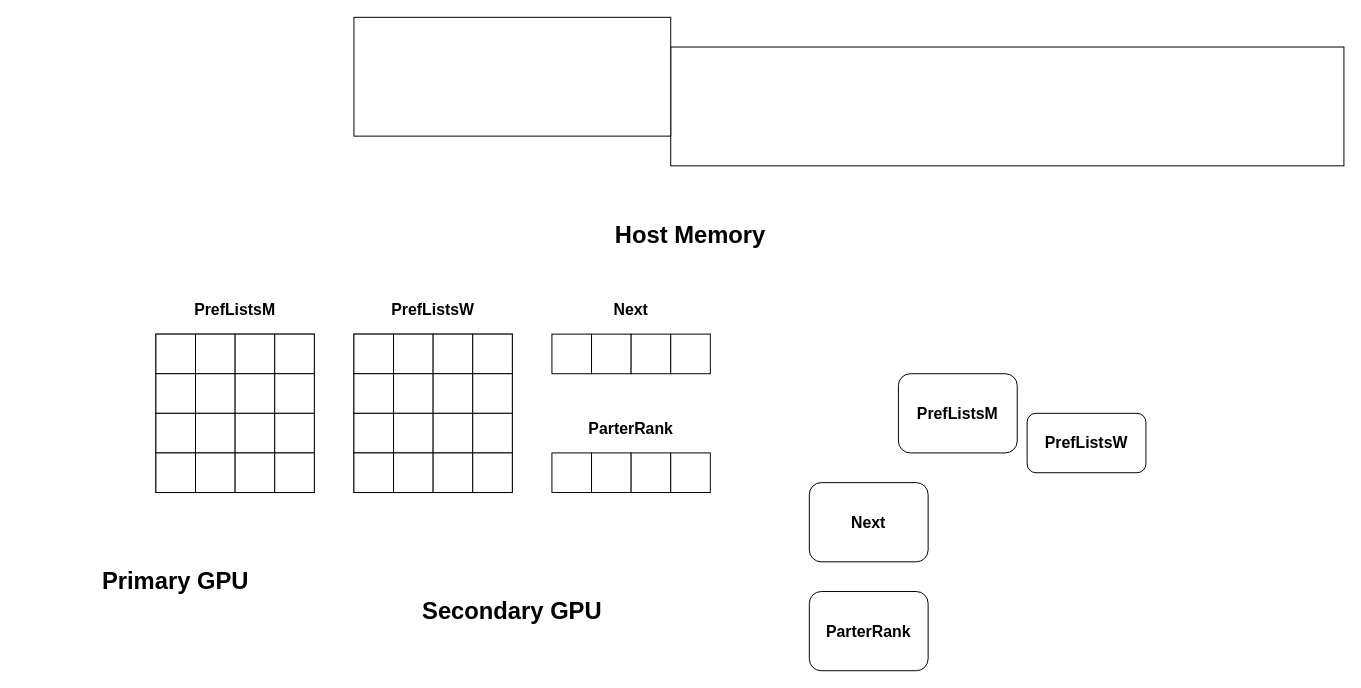
victorliu-sq/BambooSMP-Figures keeps this draw.io diagram as DSInHybridSystem.drawio. Above is the earlier version. Source tidied: cells renumbered, new cells numbered last; positions are measured from the earlier drawing's top-left corner, leaving out a move shared by most shapes. Both pictures are drawn from the tidied source at 99%, with x=0, y=0 at pixel (17, 17).
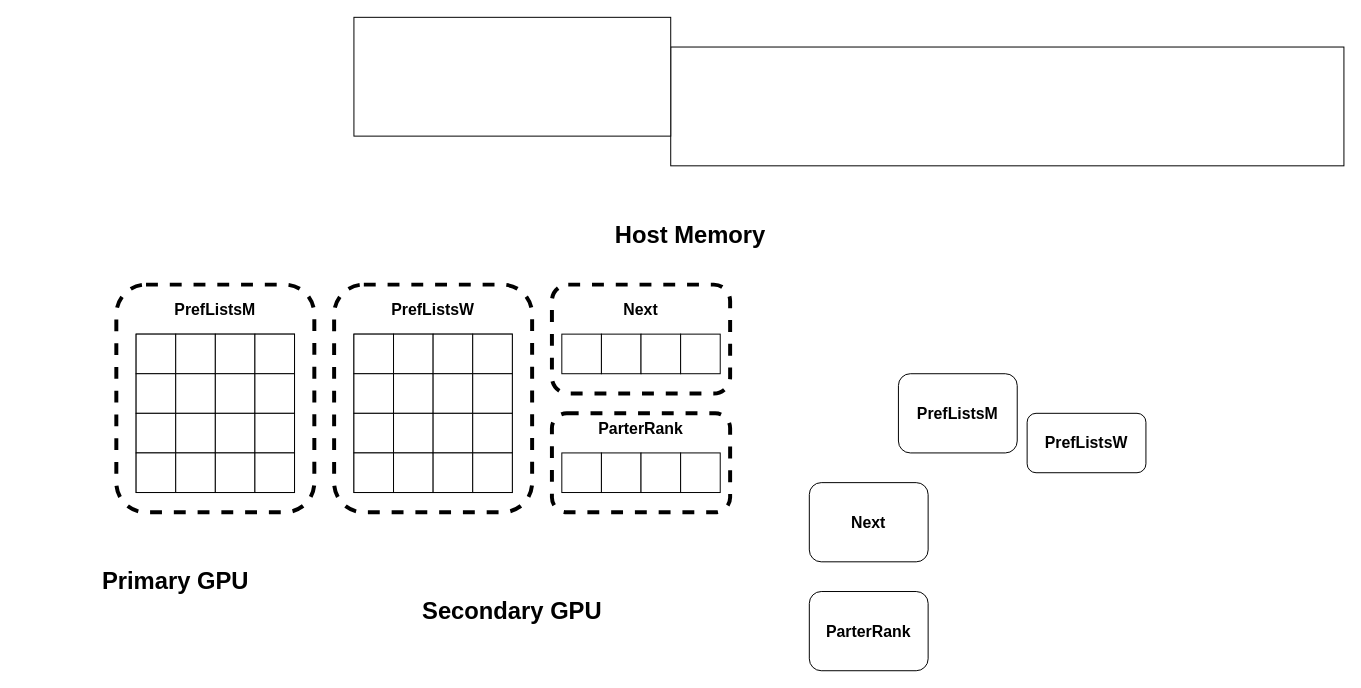
The same page after the edit.

Diff of the diagram source:
```diff
@@
+    <mxCell id="61" style="rounded=1;whiteSpace=wrap;html=1;fillColor=none;strokeWidth=4;dashed=1;" parent="1" vertex="1">
+      <mxGeometry x="100" y="270" width="200" height="230" as="geometry" />
+    </mxCell>
+    <mxCell id="62" style="rounded=1;whiteSpace=wrap;html=1;fillColor=none;strokeWidth=4;dashed=1;" parent="1" vertex="1">
+      <mxGeometry x="320" y="270" width="200" height="230" as="geometry" />
+    </mxCell>
+    <mxCell id="63" style="rounded=1;whiteSpace=wrap;html=1;fillColor=none;strokeWidth=4;dashed=1;" parent="1" vertex="1">
+      <mxGeometry x="540" y="270" width="180" height="110" as="geometry" />
+    </mxCell>
+    <mxCell id="64" style="rounded=1;whiteSpace=wrap;html=1;fillColor=none;strokeWidth=4;dashed=1;" parent="1" vertex="1">
+      <mxGeometry x="540" y="400" width="180" height="100" as="geometry" />
+    </mxCell>
@@
     <mxCell id="27" style="group;" parent="1" vertex="1">
-      <mxGeometry x="140" y="320" width="160" height="160" as="geometry" />
+      <mxGeometry x="120" y="320" width="160" height="160" as="geometry" />
     </mxCell>
@@
     <mxCell id="47" style="group;" parent="1" vertex="1">
-      <mxGeometry x="540" y="440" width="160" height="40" as="geometry" />
+      <mxGeometry x="550" y="440" width="160" height="40" as="geometry" />
     </mxCell>
@@
     <mxCell id="52" style="group;" parent="1" vertex="1">
-      <mxGeometry x="540" y="320" width="160" height="40" as="geometry" />
+      <mxGeometry x="550" y="320" width="160" height="40" as="geometry" />
     </mxCell>
@@
     <mxCell id="57" value="&lt;p&gt;&lt;b&gt;&lt;font style=&quot;font-size: 16px;&quot;&gt;PrefListsM&lt;/font&gt;&lt;/b&gt;&lt;/p&gt;" style="text;html=1;align=center;verticalAlign=middle;whiteSpace=wrap;rounded=0;" parent="1" vertex="1">
-      <mxGeometry x="170" y="280" width="100" height="30" as="geometry" />
+      <mxGeometry x="150" y="280" width="100" height="30" as="geometry" />
     </mxCell>
@@
     <mxCell id="59" value="&lt;p&gt;&lt;b&gt;&lt;font style=&quot;font-size: 16px;&quot;&gt;Next&lt;/font&gt;&lt;/b&gt;&lt;/p&gt;" style="text;html=1;align=center;verticalAlign=middle;whiteSpace=wrap;rounded=0;" parent="1" vertex="1">
-      <mxGeometry x="570" y="280" width="100" height="30" as="geometry" />
+      <mxGeometry x="580" y="280" width="100" height="30" as="geometry" />
     </mxCell>
     <mxCell id="60" value="&lt;p&gt;&lt;b&gt;&lt;font style=&quot;font-size: 16px;&quot;&gt;ParterRank&lt;/font&gt;&lt;/b&gt;&lt;/p&gt;" style="text;html=1;align=center;verticalAlign=middle;whiteSpace=wrap;rounded=0;" parent="1" vertex="1">
-      <mxGeometry x="570" y="400" width="100" height="30" as="geometry" />
+      <mxGeometry x="580" y="400" width="100" height="30" as="geometry" />
     </mxCell>
```
